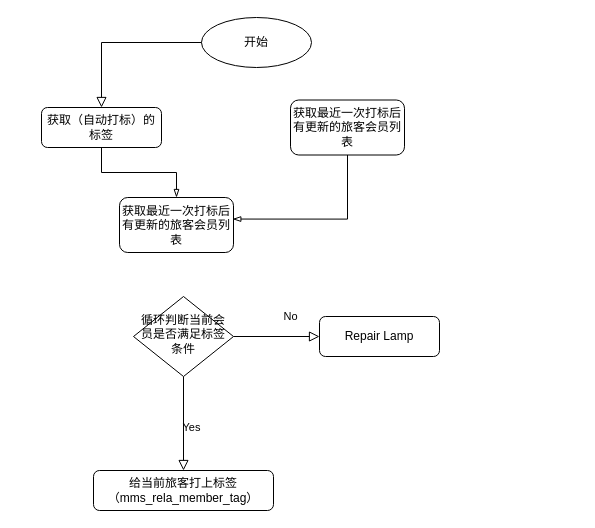
Before: 自动打标流程图.drawio in yang981209/gitskills, a draw.io diagram. Source tidied: cells renumbered, new cells numbered last; positions are measured from the earlier drawing's top-left corner, leaving out a move shared by most shapes. Both pictures are drawn from the tidied source at 100%, with x=0, y=0 at pixel (41, 17).
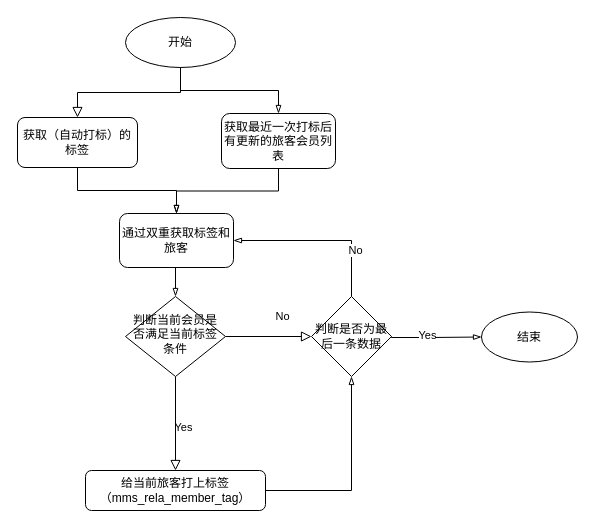
After the change.

Commit message (it also covers changes not shown here):
更新自动打标流程图.drawio

Change to the diagram source:
```diff
@@
-    <mxCell id="2" style="edgeStyle=orthogonalEdgeStyle;rounded=0;jettySize=auto;html=1;exitX=0.5;exitY=1;exitDx=0;exitDy=0;endArrow=blockThin;endFill=0;strokeColor=default;strokeWidth=1;" parent="1" edge="1" source="3" target="13">
+    <mxCell id="2" style="edgeStyle=orthogonalEdgeStyle;rounded=0;jettySize=auto;html=1;exitX=0.5;exitY=1;exitDx=0;exitDy=0;entryX=0.5;entryY=0;entryDx=0;entryDy=0;endArrow=blockThin;endFill=0;strokeColor=default;strokeWidth=1;" parent="1" edge="1" source="3" target="13">
       <mxGeometry relative="1" as="geometry" />
     </mxCell>
     <mxCell id="3" value="获取（自动打标）的标签" style="rounded=1;whiteSpace=wrap;html=1;fontSize=12;glass=0;strokeWidth=1;shadow=0;" parent="1" vertex="1">
-      <mxGeometry y="90" width="120" height="40" as="geometry" />
+      <mxGeometry x="-24" y="100" width="120" height="50" as="geometry" />
     </mxCell>
@@
+    <mxCell id="14" style="edgeStyle=orthogonalEdgeStyle;rounded=0;jettySize=auto;html=1;exitX=1;exitY=0.5;exitDx=0;exitDy=0;endArrow=blockThin;endFill=0;strokeColor=default;strokeWidth=1;" parent="1" edge="1" source="5" target="21">
+      <mxGeometry relative="1" as="geometry" />
+    </mxCell>
     <mxCell id="5" value="给当前旅客打上标签（mms_rela_member_tag）" style="rounded=1;whiteSpace=wrap;html=1;fontSize=12;glass=0;strokeWidth=1;shadow=0;" parent="1" vertex="1">
-      <mxGeometry x="52" y="453" width="180" height="40" as="geometry" />
+      <mxGeometry x="44" y="453" width="180" height="40" as="geometry" />
     </mxCell>
-    <mxCell id="6" value="No" style="rounded=0;html=1;jettySize=auto;fontSize=11;endArrow=block;endFill=0;endSize=8;strokeWidth=1;shadow=0;labelBackgroundColor=none;edgeStyle=orthogonalEdgeStyle;exitX=1;exitY=0.5;exitDx=0;exitDy=0;" parent="1" edge="1" source="12" target="7">
+    <mxCell id="6" value="No" style="rounded=0;html=1;jettySize=auto;fontSize=11;endArrow=block;endFill=0;endSize=8;strokeWidth=1;shadow=0;labelBackgroundColor=none;edgeStyle=orthogonalEdgeStyle;exitX=1;exitY=0.5;exitDx=0;exitDy=0;" parent="1" edge="1" source="12" target="21">
       <mxGeometry x="0.33" y="20" relative="1" as="geometry" />
     </mxCell>
-    <mxCell id="7" value="Repair Lamp" style="rounded=1;whiteSpace=wrap;html=1;fontSize=12;glass=0;strokeWidth=1;shadow=0;" parent="1" vertex="1">
-      <mxGeometry x="278" y="299" width="120" height="40" as="geometry" />
-    </mxCell>
+    <mxCell id="15" style="edgeStyle=orthogonalEdgeStyle;rounded=0;jettySize=auto;html=1;exitX=0.5;exitY=1;exitDx=0;exitDy=0;entryX=0.5;entryY=0;entryDx=0;entryDy=0;endArrow=blockThin;endFill=0;strokeColor=default;strokeWidth=1;" parent="1" edge="1" source="8" target="11">
+      <mxGeometry relative="1" as="geometry" />
+    </mxCell>
     <mxCell id="8" value="开始" style="ellipse;whiteSpace=wrap;html=1;" parent="1" vertex="1">
-      <mxGeometry x="160" width="110" height="50" as="geometry" />
+      <mxGeometry x="84" width="110" height="50" as="geometry" />
     </mxCell>
@@
+    <mxCell id="12" value="判断当前会员是否满足当前标签条件" style="rhombus;whiteSpace=wrap;html=1;shadow=0;fontFamily=Helvetica;fontSize=12;align=center;strokeWidth=1;spacing=6;spacingTop=-4;" parent="1" vertex="1">
+      <mxGeometry x="84" y="279" width="100" height="80" as="geometry" />
+    </mxCell>
+    <mxCell id="16" style="edgeStyle=orthogonalEdgeStyle;rounded=0;jettySize=auto;html=1;exitX=0.5;exitY=1;exitDx=0;exitDy=0;entryX=0.5;entryY=0;entryDx=0;entryDy=0;endArrow=blockThin;endFill=0;strokeColor=default;strokeWidth=1;" parent="1" edge="1" source="13" target="12">
+      <mxGeometry relative="1" as="geometry" />
+    </mxCell>
+    <mxCell id="13" value="通过双重获取标签和旅客" style="rounded=1;whiteSpace=wrap;html=1;gradientColor=none;" parent="1" vertex="1">
+      <mxGeometry x="78" y="196" width="114" height="54" as="geometry" />
+    </mxCell>
-    <mxCell id="10" style="edgeStyle=orthogonalEdgeStyle;rounded=0;jettySize=auto;html=1;exitX=0.5;exitY=1;exitDx=0;exitDy=0;endArrow=blockThin;endFill=0;strokeColor=default;strokeWidth=1;entryX=0.994;entryY=0.392;entryDx=0;entryDy=0;entryPerimeter=0;" parent="1" edge="1" source="11" target="13">
+    <mxCell id="10" style="edgeStyle=orthogonalEdgeStyle;rounded=0;jettySize=auto;html=1;exitX=0.5;exitY=1;exitDx=0;exitDy=0;entryX=0.5;entryY=0;entryDx=0;entryDy=0;endArrow=blockThin;endFill=0;strokeColor=default;strokeWidth=1;" parent="1" edge="1" source="11" target="13">
       <mxGeometry relative="1" as="geometry" />
     </mxCell>
     <mxCell id="11" value="获取最近一次打标后有更新的旅客会员列表" style="rounded=1;whiteSpace=wrap;html=1;gradientColor=none;" parent="1" vertex="1">
-      <mxGeometry x="249" y="82.5" width="114" height="55" as="geometry" />
+      <mxGeometry x="180" y="96" width="114" height="55" as="geometry" />
     </mxCell>
-    <mxCell id="12" value="循环判断当前会员是否满足标签条件" style="rhombus;whiteSpace=wrap;html=1;shadow=0;fontFamily=Helvetica;fontSize=12;align=center;strokeWidth=1;spacing=6;spacingTop=-4;" parent="1" vertex="1">
-      <mxGeometry x="92" y="279" width="100" height="80" as="geometry" />
-    </mxCell>
-    <mxCell id="13" value="获取最近一次打标后有更新的旅客会员列表" style="rounded=1;whiteSpace=wrap;html=1;gradientColor=none;" parent="1" vertex="1">
-      <mxGeometry x="78" y="180" width="114" height="55" as="geometry" />
-    </mxCell>
+    <mxCell id="17" style="edgeStyle=orthogonalEdgeStyle;rounded=0;jettySize=auto;html=1;exitX=1;exitY=0.5;exitDx=0;exitDy=0;entryX=0;entryY=0.5;entryDx=0;entryDy=0;endArrow=blockThin;endFill=0;strokeColor=default;strokeWidth=1;" parent="1" edge="1" source="21" target="22">
+      <mxGeometry relative="1" as="geometry">
+        <Array as="points">
+          <mxPoint x="390" y="320" />
+          <mxPoint x="390" y="320" />
+        </Array>
+      </mxGeometry>
+    </mxCell>
+    <mxCell id="18" value="Yes" style="edgeLabel;html=1;align=center;verticalAlign=middle;" parent="17" vertex="1">
+      <mxGeometry x="-0.21" y="3" relative="1" as="geometry" />
+    </mxCell>
+    <mxCell id="19" style="edgeStyle=orthogonalEdgeStyle;rounded=0;jettySize=auto;html=1;exitX=0.5;exitY=0;exitDx=0;exitDy=0;entryX=1;entryY=0.5;entryDx=0;entryDy=0;endArrow=blockThin;endFill=0;strokeColor=default;strokeWidth=1;" parent="1" edge="1" source="21" target="13">
+      <mxGeometry relative="1" as="geometry" />
+    </mxCell>
+    <mxCell id="20" value="No" style="edgeLabel;html=1;align=center;verticalAlign=middle;" parent="19" vertex="1">
+      <mxGeometry x="-0.46" y="-3" relative="1" as="geometry" />
+    </mxCell>
+    <mxCell id="21" value="判断是否为最后一条数据" style="rhombus;whiteSpace=wrap;html=1;gradientColor=none;" parent="1" vertex="1">
+      <mxGeometry x="270" y="279" width="80" height="80" as="geometry" />
+    </mxCell>
+    <mxCell id="22" value="结束" style="ellipse;whiteSpace=wrap;html=1;gradientColor=none;" parent="1" vertex="1">
+      <mxGeometry x="440" y="294.5" width="96" height="50" as="geometry" />
+    </mxCell>
```
